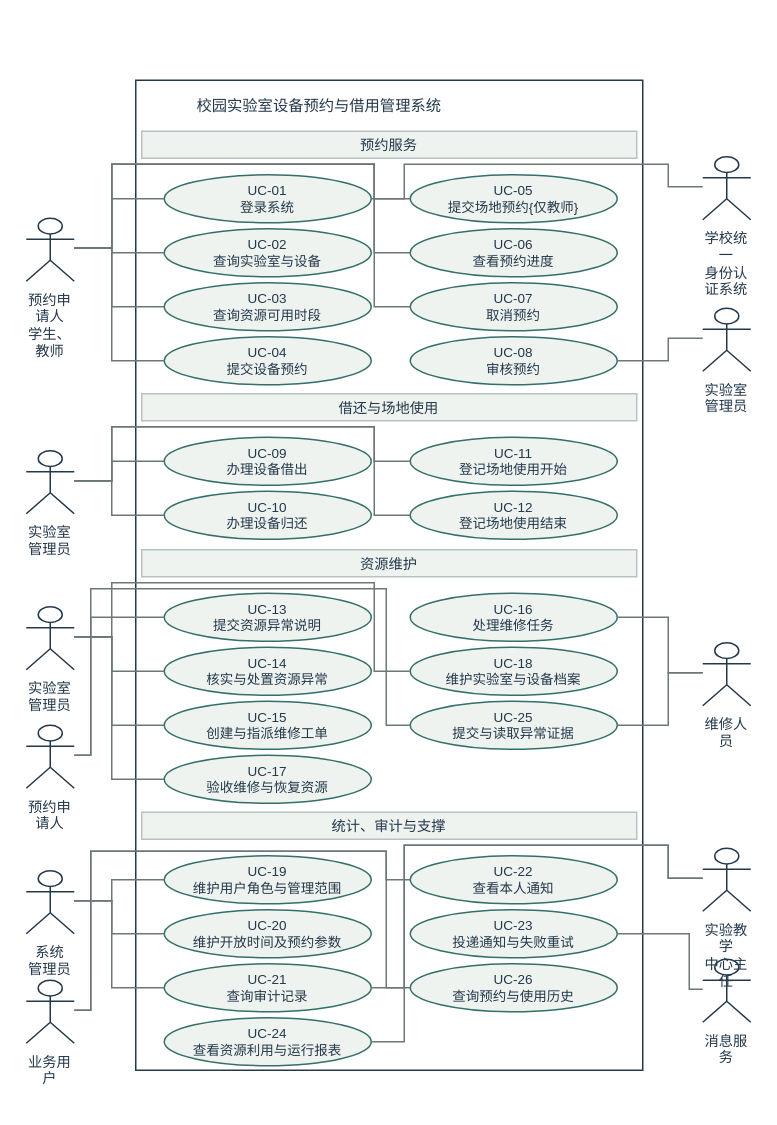
yvming67-gif/campus-lab-equipment-manager keeps this draw.io diagram as models/图形源文件/图4-1-系统总用例图.drawio. Above is the earlier version. Source tidied: cells renumbered, new cells numbered last; positions are measured from the earlier drawing's top-left corner, leaving out a move shared by most shapes. Both pictures are drawn from the tidied source at 150%, with x=0, y=0 at pixel (26, 80).
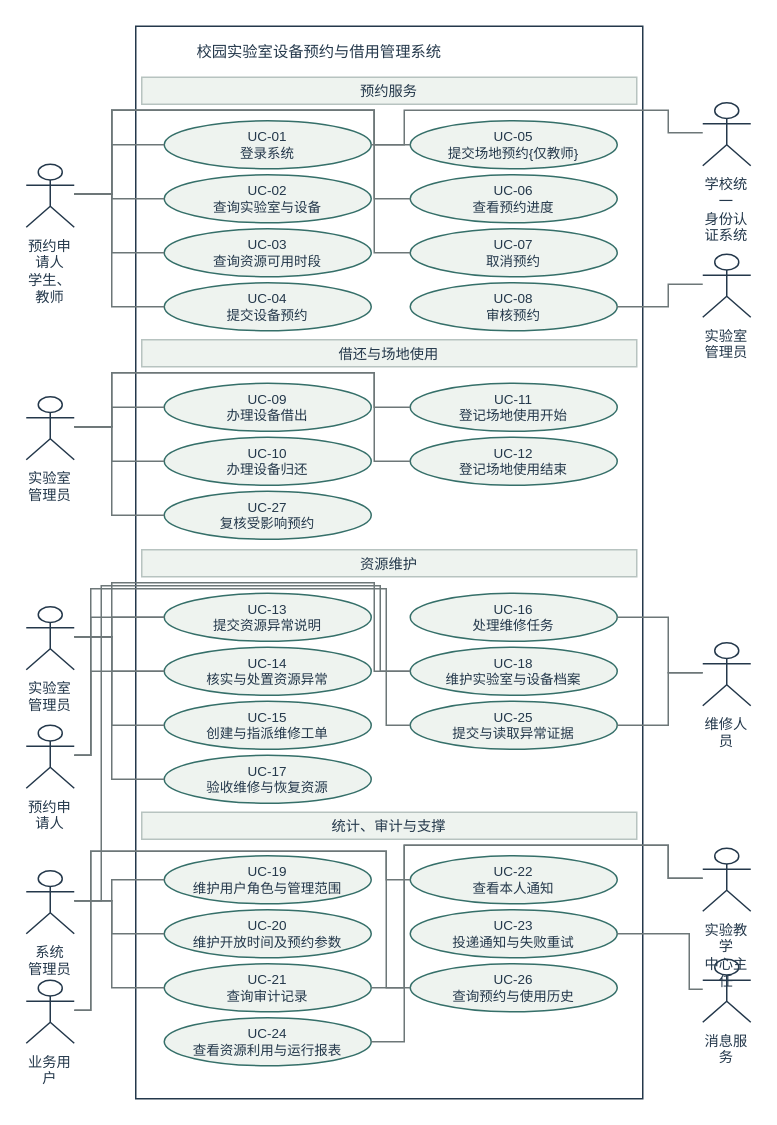
The same diagram, later.

The change refers to these unchanged cells:
```xml
<mxCell id="19" value="UC-13&lt;br&gt;提交资源异常说明" style="ellipse;strokeColor=#356f69;fillColor=#eef3ef;whiteSpace=wrap;html=1;fontFamily=Microsoft YaHei;fontSize=9.0;fontColor=#24384b;" parent="1" vertex="1">
  <mxGeometry x="92" y="342" width="138" height="32" as="geometry" />
</mxCell>
<mxCell id="20" value="UC-14&lt;br&gt;核实与处置资源异常" style="ellipse;strokeColor=#356f69;fillColor=#eef3ef;whiteSpace=wrap;html=1;fontFamily=Microsoft YaHei;fontSize=9.0;fontColor=#24384b;" parent="1" vertex="1">
  <mxGeometry x="92" y="378" width="138" height="32" as="geometry" />
</mxCell>
<mxCell id="24" value="UC-18&lt;br&gt;维护实验室与设备档案" style="ellipse;strokeColor=#356f69;fillColor=#eef3ef;whiteSpace=wrap;html=1;fontFamily=Microsoft YaHei;fontSize=9.0;fontColor=#24384b;" parent="1" vertex="1">
  <mxGeometry x="256" y="378" width="138" height="32" as="geometry" />
</mxCell>
<mxCell id="51" value="实验室&lt;br&gt;管理员" style="shape=umlActor;verticalLabelPosition=bottom;verticalAlign=top;strokeColor=#24384b;fillColor=none;whiteSpace=wrap;html=1;fontFamily=Microsoft YaHei;fontSize=9.5;fontColor=#24384b;" parent="1" vertex="1">
  <mxGeometry y="351" width="32" height="42" as="geometry" />
</mxCell>
<mxCell id="56" value="预约申请人" style="shape=umlActor;verticalLabelPosition=bottom;verticalAlign=top;strokeColor=#24384b;fillColor=none;whiteSpace=wrap;html=1;fontFamily=Microsoft YaHei;fontSize=9.5;fontColor=#24384b;" parent="1" vertex="1">
  <mxGeometry y="430" width="32" height="42" as="geometry" />
</mxCell>
<mxCell id="62" value="系统&lt;br&gt;管理员" style="shape=umlActor;verticalLabelPosition=bottom;verticalAlign=top;strokeColor=#24384b;fillColor=none;whiteSpace=wrap;html=1;fontFamily=Microsoft YaHei;fontSize=9.5;fontColor=#24384b;" parent="1" vertex="1">
  <mxGeometry y="527" width="32" height="42" as="geometry" />
</mxCell>
```

The edit, as a diff of the source:
```diff
@@
     <mxCell id="2" style="rounded=0;strokeColor=#24384b;fillColor=none;whiteSpace=wrap;html=1;fontFamily=Microsoft YaHei;fontSize=10;fontColor=#24384b;" parent="1" vertex="1">
-      <mxGeometry x="73" width="338" height="660" as="geometry" />
+      <mxGeometry x="73" y="-36" width="338" height="715" as="geometry" />
     </mxCell>
     <mxCell id="3" value="校园实验室设备预约与借用管理系统" style="text;strokeColor=none;fillColor=none;whiteSpace=wrap;html=1;fontFamily=Microsoft YaHei;fontSize=10.2;fontColor=#24384b;" parent="1" vertex="1">
-      <mxGeometry x="112" y="5" width="260" height="25" as="geometry" />
+      <mxGeometry x="112" y="-31" width="260" height="25" as="geometry" />
     </mxCell>
     <mxCell id="4" value="预约服务" style="rounded=0;strokeColor=#b7c3c0;fillColor=#eef3ef;whiteSpace=wrap;html=1;fontFamily=Microsoft YaHei;fontSize=9.5;fontColor=#24384b;" parent="1" vertex="1">
-      <mxGeometry x="77" y="34" width="330" height="18" as="geometry" />
+      <mxGeometry x="77" y="-2" width="330" height="18" as="geometry" />
     </mxCell>
     <mxCell id="5" value="UC-01&lt;br&gt;登录系统" style="ellipse;strokeColor=#356f69;fillColor=#eef3ef;whiteSpace=wrap;html=1;fontFamily=Microsoft YaHei;fontSize=9.0;fontColor=#24384b;" parent="1" vertex="1">
-      <mxGeometry x="92" y="63" width="138" height="32" as="geometry" />
+      <mxGeometry x="92" y="27" width="138" height="32" as="geometry" />
     </mxCell>
     <mxCell id="6" value="UC-02&lt;br&gt;查询实验室与设备" style="ellipse;strokeColor=#356f69;fillColor=#eef3ef;whiteSpace=wrap;html=1;fontFamily=Microsoft YaHei;fontSize=9.0;fontColor=#24384b;" parent="1" vertex="1">
-      <mxGeometry x="92" y="99" width="138" height="32" as="geometry" />
+      <mxGeometry x="92" y="63" width="138" height="32" as="geometry" />
     </mxCell>
     <mxCell id="7" value="UC-03&lt;br&gt;查询资源可用时段" style="ellipse;strokeColor=#356f69;fillColor=#eef3ef;whiteSpace=wrap;html=1;fontFamily=Microsoft YaHei;fontSize=9.0;fontColor=#24384b;" parent="1" vertex="1">
-      <mxGeometry x="92" y="135" width="138" height="32" as="geometry" />
+      <mxGeometry x="92" y="99" width="138" height="32" as="geometry" />
     </mxCell>
     <mxCell id="8" value="UC-04&lt;br&gt;提交设备预约" style="ellipse;strokeColor=#356f69;fillColor=#eef3ef;whiteSpace=wrap;html=1;fontFamily=Microsoft YaHei;fontSize=9.0;fontColor=#24384b;" parent="1" vertex="1">
-      <mxGeometry x="92" y="171" width="138" height="32" as="geometry" />
+      <mxGeometry x="92" y="135" width="138" height="32" as="geometry" />
     </mxCell>
     <mxCell id="9" value="UC-05&lt;br&gt;提交场地预约{仅教师}" style="ellipse;strokeColor=#356f69;fillColor=#eef3ef;whiteSpace=wrap;html=1;fontFamily=Microsoft YaHei;fontSize=9.0;fontColor=#24384b;" parent="1" vertex="1">
-      <mxGeometry x="256" y="63" width="138" height="32" as="geometry" />
+      <mxGeometry x="256" y="27" width="138" height="32" as="geometry" />
     </mxCell>
     <mxCell id="10" value="UC-06&lt;br&gt;查看预约进度" style="ellipse;strokeColor=#356f69;fillColor=#eef3ef;whiteSpace=wrap;html=1;fontFamily=Microsoft YaHei;fontSize=9.0;fontColor=#24384b;" parent="1" vertex="1">
-      <mxGeometry x="256" y="99" width="138" height="32" as="geometry" />
+      <mxGeometry x="256" y="63" width="138" height="32" as="geometry" />
     </mxCell>
     <mxCell id="11" value="UC-07&lt;br&gt;取消预约" style="ellipse;strokeColor=#356f69;fillColor=#eef3ef;whiteSpace=wrap;html=1;fontFamily=Microsoft YaHei;fontSize=9.0;fontColor=#24384b;" parent="1" vertex="1">
-      <mxGeometry x="256" y="135" width="138" height="32" as="geometry" />
+      <mxGeometry x="256" y="99" width="138" height="32" as="geometry" />
     </mxCell>
     <mxCell id="12" value="UC-08&lt;br&gt;审核预约" style="ellipse;strokeColor=#356f69;fillColor=#eef3ef;whiteSpace=wrap;html=1;fontFamily=Microsoft YaHei;fontSize=9.0;fontColor=#24384b;" parent="1" vertex="1">
-      <mxGeometry x="256" y="171" width="138" height="32" as="geometry" />
+      <mxGeometry x="256" y="135" width="138" height="32" as="geometry" />
     </mxCell>
     <mxCell id="13" value="借还与场地使用" style="rounded=0;strokeColor=#b7c3c0;fillColor=#eef3ef;whiteSpace=wrap;html=1;fontFamily=Microsoft YaHei;fontSize=9.5;fontColor=#24384b;" parent="1" vertex="1">
-      <mxGeometry x="77" y="209" width="330" height="18" as="geometry" />
+      <mxGeometry x="77" y="173" width="330" height="18" as="geometry" />
     </mxCell>
     <mxCell id="14" value="UC-09&lt;br&gt;办理设备借出" style="ellipse;strokeColor=#356f69;fillColor=#eef3ef;whiteSpace=wrap;html=1;fontFamily=Microsoft YaHei;fontSize=9.0;fontColor=#24384b;" parent="1" vertex="1">
-      <mxGeometry x="92" y="238" width="138" height="32" as="geometry" />
+      <mxGeometry x="92" y="202" width="138" height="32" as="geometry" />
     </mxCell>
     <mxCell id="15" value="UC-10&lt;br&gt;办理设备归还" style="ellipse;strokeColor=#356f69;fillColor=#eef3ef;whiteSpace=wrap;html=1;fontFamily=Microsoft YaHei;fontSize=9.0;fontColor=#24384b;" parent="1" vertex="1">
-      <mxGeometry x="92" y="274" width="138" height="32" as="geometry" />
+      <mxGeometry x="92" y="238" width="138" height="32" as="geometry" />
     </mxCell>
     <mxCell id="16" value="UC-11&lt;br&gt;登记场地使用开始" style="ellipse;strokeColor=#356f69;fillColor=#eef3ef;whiteSpace=wrap;html=1;fontFamily=Microsoft YaHei;fontSize=9.0;fontColor=#24384b;" parent="1" vertex="1">
-      <mxGeometry x="256" y="238" width="138" height="32" as="geometry" />
+      <mxGeometry x="256" y="202" width="138" height="32" as="geometry" />
     </mxCell>
     <mxCell id="17" value="UC-12&lt;br&gt;登记场地使用结束" style="ellipse;strokeColor=#356f69;fillColor=#eef3ef;whiteSpace=wrap;html=1;fontFamily=Microsoft YaHei;fontSize=9.0;fontColor=#24384b;" parent="1" vertex="1">
-      <mxGeometry x="256" y="274" width="138" height="32" as="geometry" />
+      <mxGeometry x="256" y="238" width="138" height="32" as="geometry" />
     </mxCell>
@@
     <mxCell id="34" value="预约申请人&lt;br&gt;学生、教师" style="shape=umlActor;verticalLabelPosition=bottom;verticalAlign=top;strokeColor=#24384b;fillColor=none;whiteSpace=wrap;html=1;fontFamily=Microsoft YaHei;fontSize=9.5;fontColor=#24384b;" parent="1" vertex="1">
-      <mxGeometry y="92" width="32" height="42" as="geometry" />
+      <mxGeometry y="56" width="32" height="42" as="geometry" />
     </mxCell>
     <mxCell id="35" style="edgeStyle=none;rounded=0;endArrow=none;dashed=0;strokeColor=#6d7778;exitX=1.0;exitY=0.47619047619047616;exitPerimeter=0;entryX=0.0;entryY=0.5;entryPerimeter=0;" parent="1" edge="1" source="34" target="5">
       <mxGeometry relative="1" as="geometry">
         <Array as="points">
-          <mxPoint x="57" y="112" />
-          <mxPoint x="57" y="79" />
+          <mxPoint x="57" y="76" />
+          <mxPoint x="57" y="43" />
         </Array>
       </mxGeometry>
     </mxCell>
     <mxCell id="36" style="edgeStyle=none;rounded=0;endArrow=none;dashed=0;strokeColor=#6d7778;exitX=1.0;exitY=0.47619047619047616;exitPerimeter=0;entryX=0.0;entryY=0.5;entryPerimeter=0;" parent="1" edge="1" source="34" target="6">
       <mxGeometry relative="1" as="geometry">
         <Array as="points">
-          <mxPoint x="57" y="112" />
-          <mxPoint x="57" y="115" />
+          <mxPoint x="57" y="76" />
+          <mxPoint x="57" y="79" />
         </Array>
       </mxGeometry>
     </mxCell>
     <mxCell id="37" style="edgeStyle=none;rounded=0;endArrow=none;dashed=0;strokeColor=#6d7778;exitX=1.0;exitY=0.47619047619047616;exitPerimeter=0;entryX=0.0;entryY=0.5;entryPerimeter=0;" parent="1" edge="1" source="34" target="7">
       <mxGeometry relative="1" as="geometry">
         <Array as="points">
-          <mxPoint x="57" y="112" />
-          <mxPoint x="57" y="151" />
+          <mxPoint x="57" y="76" />
+          <mxPoint x="57" y="115" />
         </Array>
       </mxGeometry>
     </mxCell>
     <mxCell id="38" style="edgeStyle=none;rounded=0;endArrow=none;dashed=0;strokeColor=#6d7778;exitX=1.0;exitY=0.47619047619047616;exitPerimeter=0;entryX=0.0;entryY=0.5;entryPerimeter=0;" parent="1" edge="1" source="34" target="8">
       <mxGeometry relative="1" as="geometry">
         <Array as="points">
-          <mxPoint x="57" y="112" />
-          <mxPoint x="57" y="187" />
+          <mxPoint x="57" y="76" />
+          <mxPoint x="57" y="151" />
         </Array>
       </mxGeometry>
     </mxCell>
     <mxCell id="39" style="edgeStyle=none;rounded=0;endArrow=none;dashed=0;strokeColor=#6d7778;exitX=1.0;exitY=0.47619047619047616;exitPerimeter=0;entryX=0.0;entryY=0.5;entryPerimeter=0;" parent="1" edge="1" source="34" target="9">
       <mxGeometry relative="1" as="geometry">
         <Array as="points">
-          <mxPoint x="57" y="112" />
-          <mxPoint x="57" y="56" />
-          <mxPoint x="232" y="56" />
-          <mxPoint x="232" y="79" />
+          <mxPoint x="57" y="76" />
+          <mxPoint x="57" y="20" />
+          <mxPoint x="232" y="20" />
+          <mxPoint x="232" y="43" />
         </Array>
       </mxGeometry>
     </mxCell>
     <mxCell id="40" style="edgeStyle=none;rounded=0;endArrow=none;dashed=0;strokeColor=#6d7778;exitX=1.0;exitY=0.47619047619047616;exitPerimeter=0;entryX=0.0;entryY=0.5;entryPerimeter=0;" parent="1" edge="1" source="34" target="10">
       <mxGeometry relative="1" as="geometry">
         <Array as="points">
-          <mxPoint x="57" y="112" />
-          <mxPoint x="57" y="56" />
-          <mxPoint x="232" y="56" />
-          <mxPoint x="232" y="115" />
+          <mxPoint x="57" y="76" />
+          <mxPoint x="57" y="20" />
+          <mxPoint x="232" y="20" />
+          <mxPoint x="232" y="79" />
         </Array>
       </mxGeometry>
     </mxCell>
     <mxCell id="41" style="edgeStyle=none;rounded=0;endArrow=none;dashed=0;strokeColor=#6d7778;exitX=1.0;exitY=0.47619047619047616;exitPerimeter=0;entryX=0.0;entryY=0.5;entryPerimeter=0;" parent="1" edge="1" source="34" target="11">
       <mxGeometry relative="1" as="geometry">
         <Array as="points">
-          <mxPoint x="57" y="112" />
-          <mxPoint x="57" y="56" />
-          <mxPoint x="232" y="56" />
-          <mxPoint x="232" y="151" />
+          <mxPoint x="57" y="76" />
+          <mxPoint x="57" y="20" />
+          <mxPoint x="232" y="20" />
+          <mxPoint x="232" y="115" />
         </Array>
       </mxGeometry>
     </mxCell>
     <mxCell id="42" value="学校统一&lt;br&gt;身份认证系统" style="shape=umlActor;verticalLabelPosition=bottom;verticalAlign=top;strokeColor=#24384b;fillColor=none;whiteSpace=wrap;html=1;fontFamily=Microsoft YaHei;fontSize=9.5;fontColor=#24384b;" parent="1" vertex="1">
-      <mxGeometry x="451" y="51" width="32" height="42" as="geometry" />
+      <mxGeometry x="451" y="15" width="32" height="42" as="geometry" />
     </mxCell>
     <mxCell id="43" style="edgeStyle=none;rounded=0;endArrow=none;dashed=0;strokeColor=#6d7778;exitX=0.0;exitY=0.47619047619047616;exitPerimeter=0;entryX=1.0;entryY=0.5;entryPerimeter=0;" parent="1" edge="1" source="42" target="5">
       <mxGeometry relative="1" as="geometry">
         <Array as="points">
-          <mxPoint x="428" y="71" />
-          <mxPoint x="428" y="56" />
-          <mxPoint x="252" y="56" />
-          <mxPoint x="252" y="79" />
+          <mxPoint x="428" y="35" />
+          <mxPoint x="428" y="20" />
+          <mxPoint x="252" y="20" />
+          <mxPoint x="252" y="43" />
         </Array>
       </mxGeometry>
     </mxCell>
     <mxCell id="44" value="实验室&lt;br&gt;管理员" style="shape=umlActor;verticalLabelPosition=bottom;verticalAlign=top;strokeColor=#24384b;fillColor=none;whiteSpace=wrap;html=1;fontFamily=Microsoft YaHei;fontSize=9.5;fontColor=#24384b;" parent="1" vertex="1">
-      <mxGeometry x="451" y="152" width="32" height="42" as="geometry" />
+      <mxGeometry x="451" y="116" width="32" height="42" as="geometry" />
     </mxCell>
     <mxCell id="45" style="edgeStyle=none;rounded=0;endArrow=none;dashed=0;strokeColor=#6d7778;exitX=0.0;exitY=0.47619047619047616;exitPerimeter=0;entryX=1.0;entryY=0.5;entryPerimeter=0;" parent="1" edge="1" source="44" target="12">
       <mxGeometry relative="1" as="geometry">
         <Array as="points">
-          <mxPoint x="428" y="172" />
-          <mxPoint x="428" y="187" />
+          <mxPoint x="428" y="136" />
+          <mxPoint x="428" y="151" />
         </Array>
       </mxGeometry>
     </mxCell>
     <mxCell id="46" value="实验室&lt;br&gt;管理员" style="shape=umlActor;verticalLabelPosition=bottom;verticalAlign=top;strokeColor=#24384b;fillColor=none;whiteSpace=wrap;html=1;fontFamily=Microsoft YaHei;fontSize=9.5;fontColor=#24384b;" parent="1" vertex="1">
-      <mxGeometry y="247" width="32" height="42" as="geometry" />
+      <mxGeometry y="211" width="32" height="42" as="geometry" />
     </mxCell>
     <mxCell id="47" style="edgeStyle=none;rounded=0;endArrow=none;dashed=0;strokeColor=#6d7778;exitX=1.0;exitY=0.47619047619047616;exitPerimeter=0;entryX=0.0;entryY=0.5;entryPerimeter=0;" parent="1" edge="1" source="46" target="14">
       <mxGeometry relative="1" as="geometry">
         <Array as="points">
-          <mxPoint x="57" y="267" />
-          <mxPoint x="57" y="254" />
+          <mxPoint x="57" y="231" />
+          <mxPoint x="57" y="218" />
         </Array>
       </mxGeometry>
     </mxCell>
     <mxCell id="48" style="edgeStyle=none;rounded=0;endArrow=none;dashed=0;strokeColor=#6d7778;exitX=1.0;exitY=0.47619047619047616;exitPerimeter=0;entryX=0.0;entryY=0.5;entryPerimeter=0;" parent="1" edge="1" source="46" target="15">
       <mxGeometry relative="1" as="geometry">
         <Array as="points">
-          <mxPoint x="57" y="267" />
-          <mxPoint x="57" y="290" />
+          <mxPoint x="57" y="231" />
+          <mxPoint x="57" y="254" />
         </Array>
       </mxGeometry>
     </mxCell>
     <mxCell id="49" style="edgeStyle=none;rounded=0;endArrow=none;dashed=0;strokeColor=#6d7778;exitX=1.0;exitY=0.47619047619047616;exitPerimeter=0;entryX=0.0;entryY=0.5;entryPerimeter=0;" parent="1" edge="1" source="46" target="16">
       <mxGeometry relative="1" as="geometry">
         <Array as="points">
-          <mxPoint x="57" y="267" />
           <mxPoint x="57" y="231" />
-          <mxPoint x="232" y="231" />
-          <mxPoint x="232" y="254" />
+          <mxPoint x="57" y="195" />
+          <mxPoint x="232" y="195" />
+          <mxPoint x="232" y="218" />
         </Array>
       </mxGeometry>
     </mxCell>
     <mxCell id="50" style="edgeStyle=none;rounded=0;endArrow=none;dashed=0;strokeColor=#6d7778;exitX=1.0;exitY=0.47619047619047616;exitPerimeter=0;entryX=0.0;entryY=0.5;entryPerimeter=0;" parent="1" edge="1" source="46" target="17">
       <mxGeometry relative="1" as="geometry">
         <Array as="points">
-          <mxPoint x="57" y="267" />
           <mxPoint x="57" y="231" />
-          <mxPoint x="232" y="231" />
-          <mxPoint x="232" y="290" />
+          <mxPoint x="57" y="195" />
+          <mxPoint x="232" y="195" />
+          <mxPoint x="232" y="254" />
         </Array>
       </mxGeometry>
     </mxCell>
@@
+    <mxCell id="74" value="UC-27&lt;br&gt;复核受影响预约" style="ellipse;strokeColor=#356f69;fillColor=#eef3ef;whiteSpace=wrap;html=1;fontFamily=Microsoft YaHei;fontSize=9;fontColor=#24384b;" parent="1" vertex="1">
+      <mxGeometry x="92" y="274" width="138" height="32" as="geometry" />
+    </mxCell>
+    <mxCell id="75" style="edgeStyle=none;rounded=0;endArrow=none;dashed=0;strokeColor=#6d7778;exitX=1.0;exitY=0.47619047619047616;exitPerimeter=0;entryX=0.0;entryY=0.5;entryPerimeter=0;" parent="1" edge="1" source="46" target="74">
+      <mxGeometry relative="1" as="geometry">
+        <Array as="points">
+          <mxPoint x="57" y="231" />
+          <mxPoint x="57" y="290" />
+        </Array>
+      </mxGeometry>
+    </mxCell>
+    <mxCell id="76" style="edgeStyle=none;rounded=0;endArrow=none;dashed=0;strokeColor=#6d7778;exitX=1.0;exitY=0.47619047619047616;exitPerimeter=0;entryX=0.0;entryY=0.5;entryPerimeter=0;" parent="1" edge="1" source="56" target="20">
+      <mxGeometry relative="1" as="geometry">
+        <Array as="points">
+          <mxPoint x="43" y="450" />
+          <mxPoint x="43" y="394" />
+        </Array>
+      </mxGeometry>
+    </mxCell>
+    <mxCell id="77" style="edgeStyle=none;rounded=0;endArrow=none;dashed=0;strokeColor=#6d7778;exitX=1.0;exitY=0.47619047619047616;exitPerimeter=0;entryX=0.0;entryY=0.5;entryPerimeter=0;" parent="1" edge="1" source="51" target="19">
+      <mxGeometry relative="1" as="geometry">
+        <Array as="points">
+          <mxPoint x="57" y="371" />
+          <mxPoint x="57" y="358" />
+        </Array>
+      </mxGeometry>
+    </mxCell>
+    <mxCell id="78" style="edgeStyle=none;rounded=0;endArrow=none;dashed=0;strokeColor=#6d7778;exitX=1.0;exitY=0.47619047619047616;exitPerimeter=0;entryX=0.0;entryY=0.5;entryPerimeter=0;" parent="1" edge="1" source="62" target="24">
+      <mxGeometry relative="1" as="geometry">
+        <Array as="points">
+          <mxPoint x="50" y="547" />
+          <mxPoint x="50" y="337" />
+          <mxPoint x="236" y="337" />
+          <mxPoint x="236" y="394" />
+        </Array>
+      </mxGeometry>
+    </mxCell>
```
